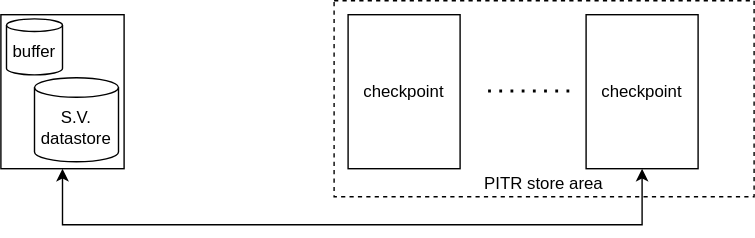
The draw.io diagram docs/backup2.drawio.svg in project-tsurugi/limestone, before a commit. Source tidied: cells renumbered, new cells last; positions are measured from the earlier drawing's top-left corner, leaving out a move shared by most shapes.
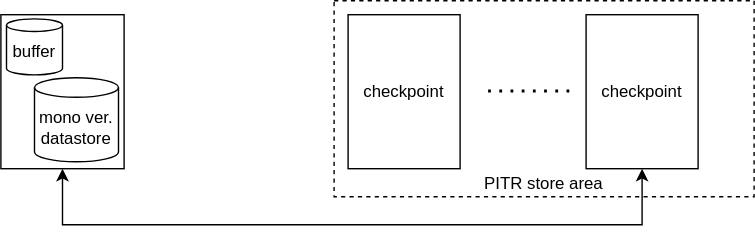
After the change.

What changed in the source:
```diff
@@ -8,7 +8,7 @@
     <mxCell id="3" style="rounded=0;whiteSpace=wrap;html=1;strokeWidth=1;verticalAlign=top;align=left;" parent="1" vertex="1">
       <mxGeometry y="10" width="88" height="110" as="geometry" />
     </mxCell>
-    <mxCell id="4" value="S.V.&lt;br&gt;datastore" style="shape=cylinder3;whiteSpace=wrap;html=1;boundedLbl=1;backgroundOutline=1;size=7;strokeWidth=1;" parent="1" vertex="1">
+    <mxCell id="4" value="mono ver.&lt;br&gt;datastore" style="shape=cylinder3;whiteSpace=wrap;html=1;boundedLbl=1;backgroundOutline=1;size=7;strokeWidth=1;" parent="1" vertex="1">
       <mxGeometry x="24" y="55" width="60" height="60" as="geometry" />
     </mxCell>
     <mxCell id="5" value="buffer" style="shape=cylinder3;whiteSpace=wrap;html=1;boundedLbl=1;backgroundOutline=1;size=4.5;strokeWidth=1;" parent="1" vertex="1">
```
